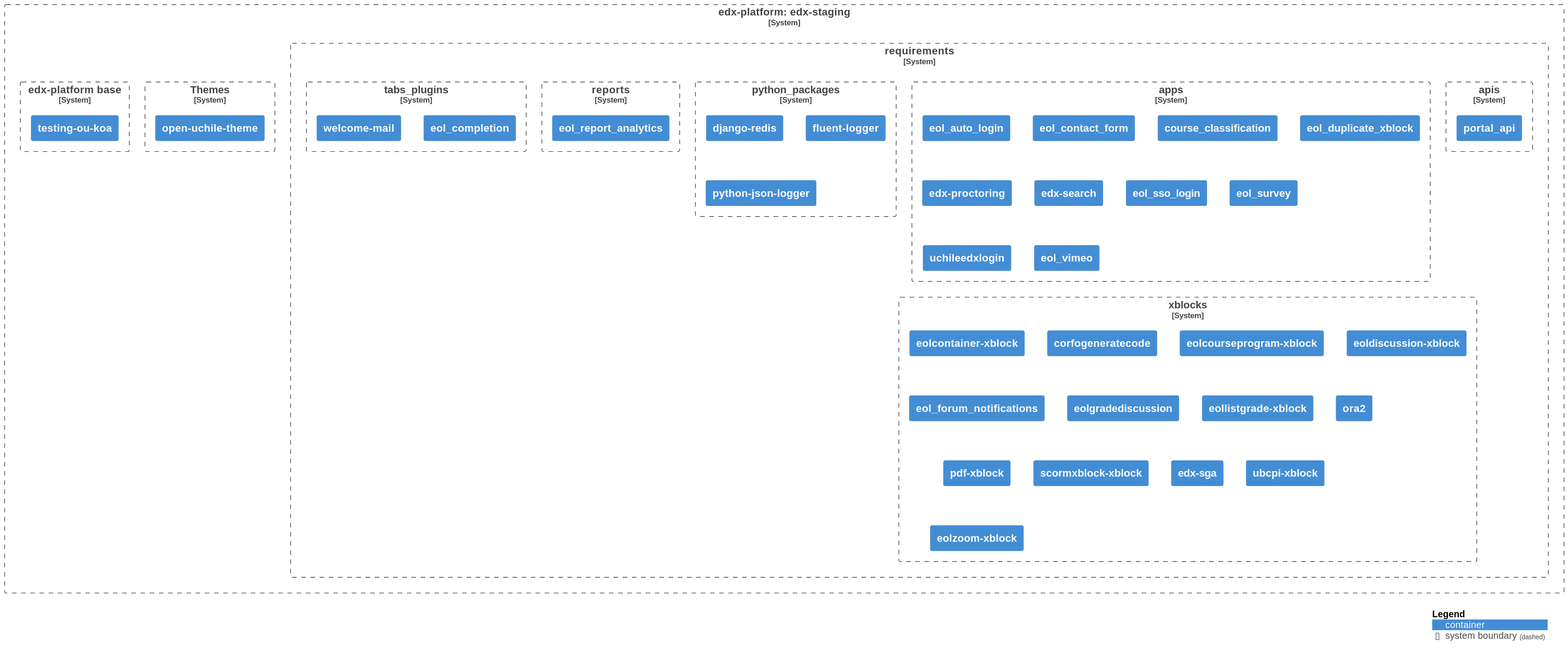
Above: diagrams/diagram.svg in eol-uchile/edx-staging (PlantUML), before the change.
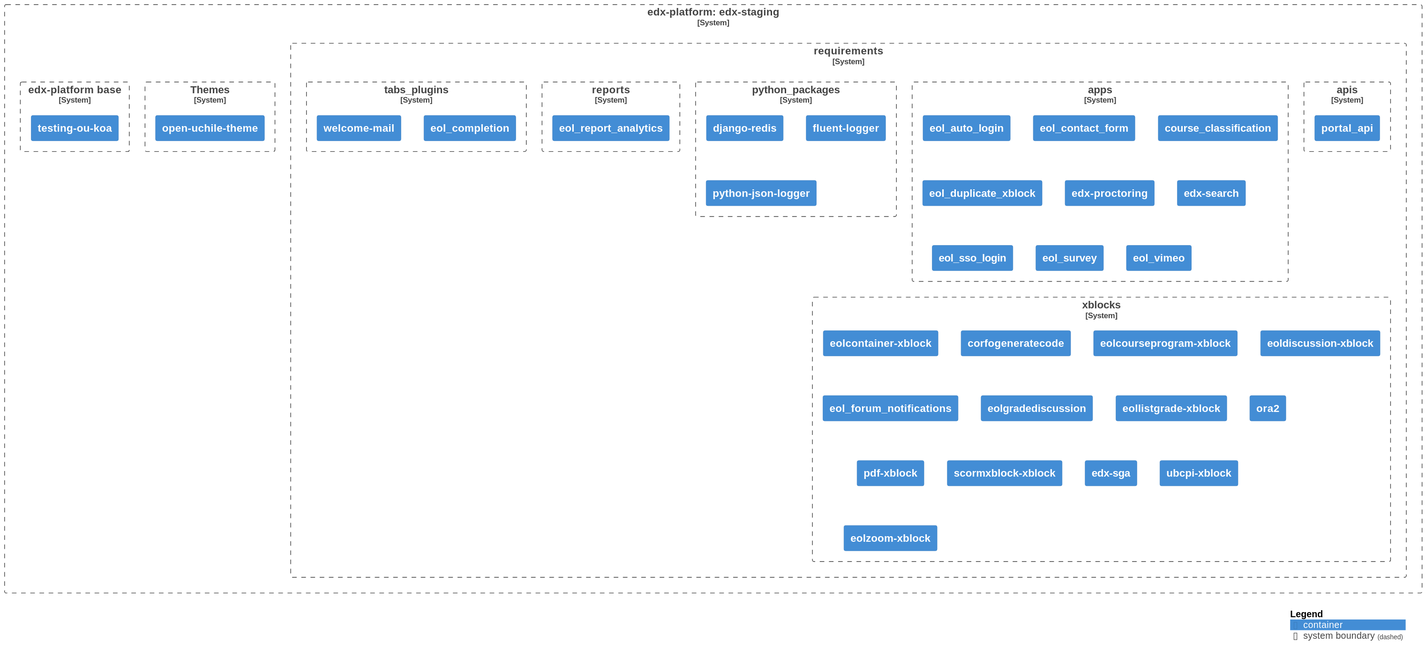
Later version of the same file.

Commit message:
Auto-generate UML diagram

Diff of the diagram source:
```diff
@@ -31,9 +31,7 @@
 
                 Container(apps8, "eol_survey", $link="https://github.com/eol-uchile/eol_survey")
 
-                Container(apps9, "uchileedxlogin", $link="https://github.com/open-uchile/uchileedxlogin")
-
-                Container(apps10, "eol_vimeo", $link="https://github.com/eol-uchile/eol_vimeo")
+                Container(apps9, "eol_vimeo", $link="https://github.com/eol-uchile/eol_vimeo")
 
             }
 
```
